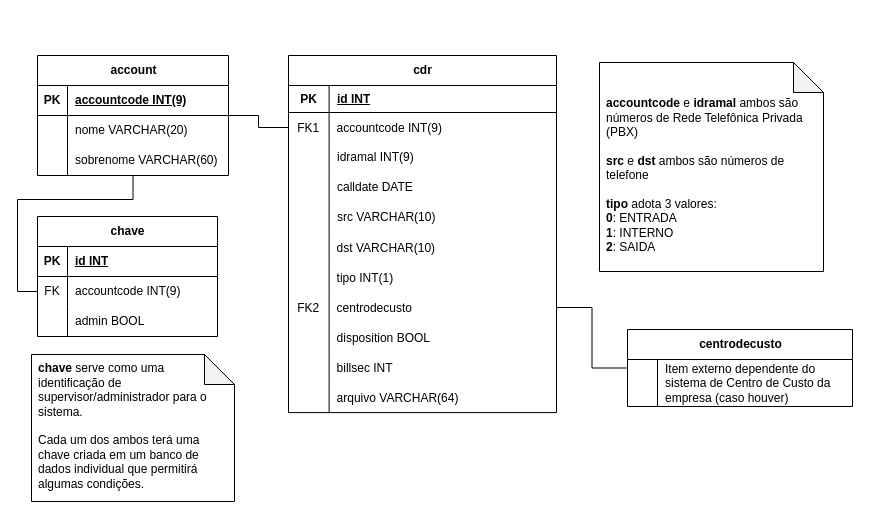
The draw.io diagram page "MER 1" (1 of 3) of UC-UI-Principal.drawio in wenbds/PDS-trabalho-Cemigama, before the edit. Source tidied: cells renumbered, new cells numbered last; positions are measured from the earlier drawing's top-left corner, leaving out a move shared by most shapes. Both pictures are drawn from the tidied source at 100%, with x=0, y=0 at pixel (17, 55).
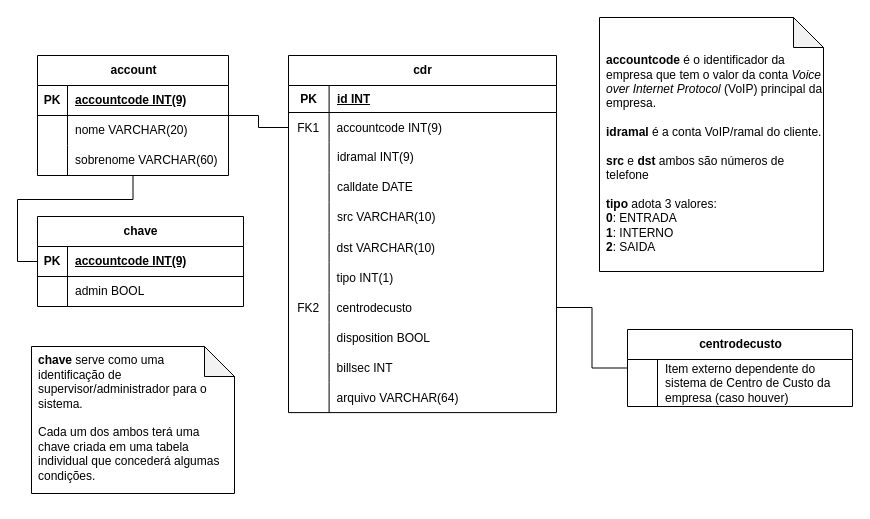
After the change.

Unchanged cells that the change refers to:
```xml
<mxCell id="44" value="account" style="shape=table;startSize=30;childLayout=tableLayout;rowLines=0;fontStyle=1;align=center;html=1;" parent="1" vertex="1">
  <mxGeometry x="20" width="191" height="120" as="geometry" />
</mxCell>
```

Diff of the diagram source:
```diff
@@
-    <mxCell id="41" value="&lt;b&gt;accountcode &lt;/b&gt;e &lt;b&gt;idramal &lt;/b&gt;ambos são números de&amp;nbsp;Rede Telefônica Privada (PBX)&lt;div&gt;&lt;br&gt;&lt;/div&gt;&lt;div&gt;&lt;div style=&quot;&quot;&gt;&lt;b&gt;src&lt;/b&gt;&amp;nbsp;e &lt;b&gt;dst&lt;/b&gt;&amp;nbsp;ambos são números de telefone&lt;/div&gt;&lt;div style=&quot;&quot;&gt;&lt;br&gt;&lt;/div&gt;&lt;div style=&quot;&quot;&gt;&lt;b&gt;tipo&lt;/b&gt;&amp;nbsp;adota 3 valores:&lt;br&gt;&lt;b&gt;0&lt;/b&gt;: ENTRADA&lt;/div&gt;&lt;div style=&quot;&quot;&gt;&lt;b&gt;1&lt;/b&gt;: INTERNO&lt;/div&gt;&lt;div style=&quot;&quot;&gt;&lt;b&gt;2&lt;/b&gt;: SAIDA&lt;/div&gt;&lt;div&gt;&lt;br&gt;&lt;/div&gt;&lt;/div&gt;" style="shape=note;whiteSpace=wrap;html=1;backgroundOutline=1;darkOpacity=0.05;align=left;verticalAlign=bottom;spacingLeft=5;" parent="1" vertex="1">
-      <mxGeometry x="582" y="7" width="224" height="209" as="geometry" />
+    <mxCell id="41" value="&lt;b&gt;accountcode &lt;/b&gt;é o identificador da empresa que tem o valor da conta&amp;nbsp;&lt;i&gt;Voice over Internet Protocol&lt;/i&gt;&amp;nbsp;(VoIP) principal da empresa.&lt;div&gt;&lt;br&gt;&lt;/div&gt;&lt;div&gt;&lt;b&gt;idramal&lt;/b&gt;&amp;nbsp;é a conta VoIP/ramal do cliente.&lt;br&gt;&lt;div&gt;&lt;br&gt;&lt;/div&gt;&lt;div&gt;&lt;div style=&quot;&quot;&gt;&lt;b&gt;src&lt;/b&gt;&amp;nbsp;e &lt;b&gt;dst&lt;/b&gt;&amp;nbsp;ambos são números de telefone&lt;/div&gt;&lt;div style=&quot;&quot;&gt;&lt;br&gt;&lt;/div&gt;&lt;div style=&quot;&quot;&gt;&lt;b&gt;tipo&lt;/b&gt;&amp;nbsp;adota 3 valores:&lt;br&gt;&lt;b&gt;0&lt;/b&gt;: ENTRADA&lt;/div&gt;&lt;div style=&quot;&quot;&gt;&lt;b&gt;1&lt;/b&gt;: INTERNO&lt;/div&gt;&lt;div style=&quot;&quot;&gt;&lt;b&gt;2&lt;/b&gt;: SAIDA&lt;/div&gt;&lt;div&gt;&lt;br&gt;&lt;/div&gt;&lt;/div&gt;&lt;/div&gt;" style="shape=note;whiteSpace=wrap;html=1;backgroundOutline=1;darkOpacity=0.05;align=left;verticalAlign=bottom;spacingLeft=5;" parent="1" vertex="1">
+      <mxGeometry x="582" y="-38" width="224" height="254" as="geometry" />
     </mxCell>
@@
-    <mxCell id="43" style="edgeStyle=orthogonalEdgeStyle;rounded=0;jettySize=auto;html=1;entryX=0;entryY=0.5;entryDx=0;entryDy=0;fontSize=12;startSize=8;endSize=8;endArrow=none;startFill=0;" parent="1" edge="1" source="44" target="58">
+    <mxCell id="43" style="edgeStyle=orthogonalEdgeStyle;rounded=0;jettySize=auto;html=1;entryX=0;entryY=0.5;entryDx=0;entryDy=0;fontSize=12;startSize=8;endSize=8;endArrow=none;startFill=0;" parent="1" edge="1" source="44" target="55">
       <mxGeometry relative="1" as="geometry">
         <Array as="points">
           <mxPoint x="116" y="144" />
           <mxPoint y="144" />
-          <mxPoint y="236" />
+          <mxPoint y="206" />
         </Array>
       </mxGeometry>
     </mxCell>
@@
     <mxCell id="54" value="chave" style="shape=table;startSize=30;childLayout=tableLayout;rowLines=0;fontStyle=1;align=center;html=1;" parent="1" vertex="1">
-      <mxGeometry x="20" y="161" width="180" height="120" as="geometry" />
+      <mxGeometry x="20" y="161" width="206" height="90" as="geometry" />
     </mxCell>
     <mxCell id="55" style="shape=tableRow;horizontal=0;startSize=0;swimlaneHead=0;swimlaneBody=0;fillColor=none;points=[[0,0.5],[1,0.5]];portConstraint=eastwest;top=0;left=0;right=0;bottom=1;" parent="54" vertex="1">
-      <mxGeometry y="30" width="180" height="30" as="geometry" />
+      <mxGeometry y="30" width="206" height="30" as="geometry" />
     </mxCell>
@@
-    <mxCell id="57" value="id INT" style="shape=partialRectangle;fillColor=none;top=0;left=0;bottom=0;right=0;align=left;spacingLeft=6;fontStyle=5;overflow=hidden;whiteSpace=wrap;html=1;" parent="55" vertex="1">
-      <mxGeometry x="30" width="150" height="30" as="geometry" />
+    <mxCell id="57" value="accountcode INT(9)" style="shape=partialRectangle;fillColor=none;top=0;left=0;bottom=0;right=0;align=left;spacingLeft=6;fontStyle=5;overflow=hidden;whiteSpace=wrap;html=1;" parent="55" vertex="1">
+      <mxGeometry x="30" width="176" height="30" as="geometry" />
     </mxCell>
-    <mxCell id="58" style="shape=tableRow;horizontal=0;startSize=0;swimlaneHead=0;swimlaneBody=0;fillColor=none;points=[[0,0.5],[1,0.5]];portConstraint=eastwest;top=0;left=0;right=0;bottom=0;" parent="54" vertex="1">
-      <mxGeometry y="60" width="180" height="30" as="geometry" />
-    </mxCell>
-    <mxCell id="59" value="FK" style="shape=partialRectangle;fillColor=none;top=0;left=0;bottom=0;right=0;overflow=hidden;whiteSpace=wrap;html=1;" parent="58" vertex="1">
-      <mxGeometry width="30" height="30" as="geometry" />
-    </mxCell>
-    <mxCell id="60" value="accountcode INT(9)" style="shape=partialRectangle;fillColor=none;top=0;left=0;bottom=0;right=0;align=left;spacingLeft=6;overflow=hidden;whiteSpace=wrap;html=1;" parent="58" vertex="1">
-      <mxGeometry x="30" width="150" height="30" as="geometry" />
-    </mxCell>
     <mxCell id="61" style="shape=tableRow;horizontal=0;startSize=0;swimlaneHead=0;swimlaneBody=0;fillColor=none;top=0;left=0;right=0;bottom=0;" parent="54" vertex="1">
-      <mxGeometry y="90" width="180" height="30" as="geometry" />
+      <mxGeometry y="60" width="206" height="30" as="geometry" />
     </mxCell>
@@
     <mxCell id="63" value="admin BOOL" style="shape=partialRectangle;fillColor=none;top=0;left=0;bottom=0;right=0;align=left;spacingLeft=6;fontStyle=0;overflow=hidden;whiteSpace=wrap;html=1;" parent="61" vertex="1">
-      <mxGeometry x="30" width="150" height="30" as="geometry" />
+      <mxGeometry x="30" width="176" height="30" as="geometry" />
     </mxCell>
-    <mxCell id="64" value="&lt;b&gt;chave &lt;/b&gt;serve como uma identificação de supervisor/administrador para o sistema.&lt;div&gt;&lt;br&gt;&lt;/div&gt;&lt;div&gt;Cada um dos ambos terá uma chave criada em um banco de dados individual que permitirá algumas condições.&lt;/div&gt;" style="shape=note;whiteSpace=wrap;html=1;backgroundOutline=1;darkOpacity=0.05;align=left;verticalAlign=bottom;spacingLeft=5;spacingRight=8;spacingBottom=8;" parent="1" vertex="1">
-      <mxGeometry x="14" y="299" width="203" height="147" as="geometry" />
+    <mxCell id="64" value="&lt;b&gt;chave &lt;/b&gt;serve como uma identificação de supervisor/administrador para o sistema.&lt;div&gt;&lt;br&gt;&lt;/div&gt;&lt;div&gt;Cada um dos ambos terá uma chave criada em uma tabela individual que concederá algumas condições.&lt;/div&gt;" style="shape=note;whiteSpace=wrap;html=1;backgroundOutline=1;darkOpacity=0.05;align=left;verticalAlign=bottom;spacingLeft=5;spacingRight=8;spacingBottom=8;" parent="1" vertex="1">
+      <mxGeometry x="14" y="291" width="203" height="147" as="geometry" />
     </mxCell>
```
